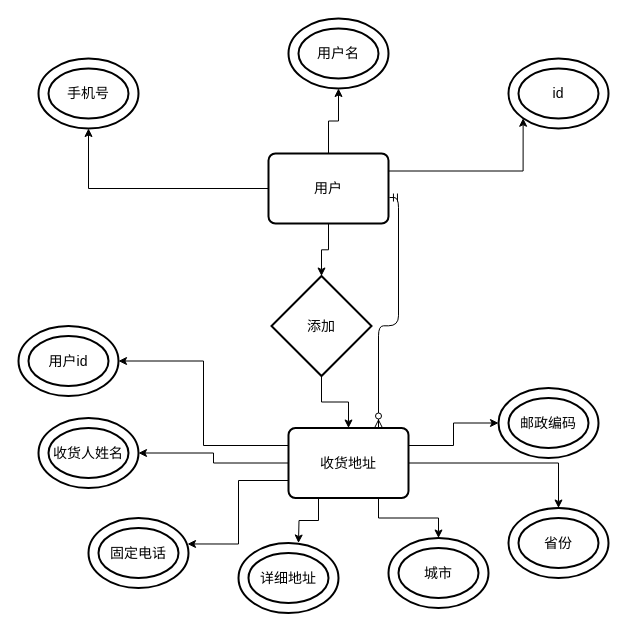
Above: page "ç¬¬ 2 é¡µ" (2 of 3) of 未命名表单.drawio in tangbaoabo/drad (draw.io), before the change. Source tidied: cells renumbered, new cells numbered last; positions are measured from the earlier drawing's top-left corner, leaving out a move shared by most shapes. Both pictures are drawn from the tidied source at 100%, with x=0, y=0 at pixel (18, 18).
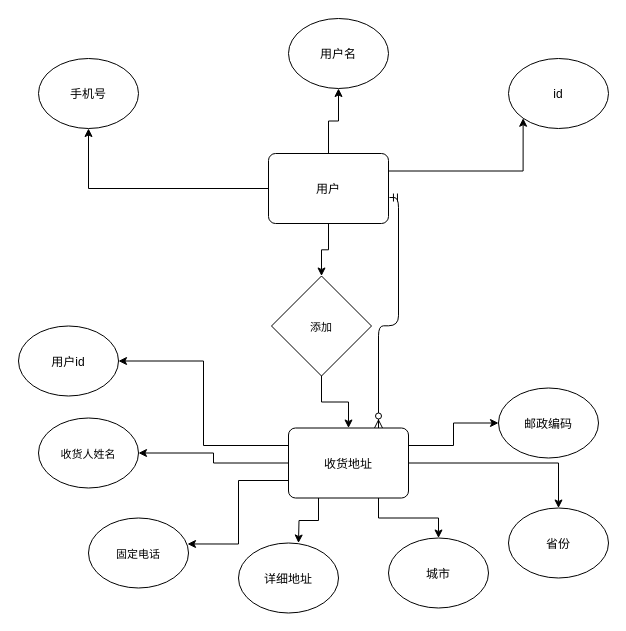
The same page after the edit.

What changed in the source:
```diff
@@
-    <mxCell id="6" value="用户" style="strokeWidth=2;rounded=1;arcSize=10;whiteSpace=wrap;html=1;align=center;fontSize=14;" parent="1" vertex="1">
+    <mxCell id="6" value="&lt;font style=&quot;font-size: 12px&quot;&gt;用户&lt;/font&gt;" style="strokeWidth=1;rounded=1;arcSize=10;whiteSpace=wrap;html=1;align=center;fontSize=14;" parent="1" vertex="1">
       <mxGeometry x="250" y="135" width="120" height="70" as="geometry" />
     </mxCell>
-    <mxCell id="7" value="id" style="ellipse;shape=doubleEllipse;margin=10;strokeWidth=2;fontSize=14;whiteSpace=wrap;html=1;align=center;" parent="1" vertex="1">
+    <mxCell id="7" value="&lt;font style=&quot;font-size: 12px&quot;&gt;id&lt;/font&gt;" style="ellipse;whiteSpace=wrap;html=1;strokeWidth=1;fontSize=14;" parent="1" vertex="1">
       <mxGeometry x="490" y="40" width="100" height="70" as="geometry" />
     </mxCell>
-    <mxCell id="8" value="用户名" style="ellipse;shape=doubleEllipse;margin=10;strokeWidth=2;fontSize=14;whiteSpace=wrap;html=1;align=center;" parent="1" vertex="1">
+    <mxCell id="8" value="&lt;font style=&quot;font-size: 12px&quot;&gt;用户名&lt;/font&gt;" style="ellipse;whiteSpace=wrap;html=1;strokeWidth=1;fontSize=14;" parent="1" vertex="1">
       <mxGeometry x="270" width="100" height="70" as="geometry" />
     </mxCell>
-    <mxCell id="9" value="手机号" style="ellipse;shape=doubleEllipse;margin=10;strokeWidth=2;fontSize=14;whiteSpace=wrap;html=1;align=center;" parent="1" vertex="1">
+    <mxCell id="9" value="&lt;font style=&quot;font-size: 12px&quot;&gt;手机号&lt;/font&gt;" style="ellipse;whiteSpace=wrap;html=1;strokeWidth=1;fontSize=14;" parent="1" vertex="1">
       <mxGeometry x="20" y="40" width="100" height="70" as="geometry" />
     </mxCell>
@@
-    <mxCell id="17" value="收货地址" style="strokeWidth=2;rounded=1;arcSize=10;whiteSpace=wrap;html=1;align=center;fontSize=14;" parent="1" vertex="1">
+    <mxCell id="17" value="&lt;font style=&quot;font-size: 12px&quot;&gt;收货地址&lt;/font&gt;" style="strokeWidth=1;rounded=1;arcSize=10;whiteSpace=wrap;html=1;align=center;fontSize=14;" parent="1" vertex="1">
       <mxGeometry x="270" y="409.5" width="120" height="70" as="geometry" />
     </mxCell>
-    <mxCell id="18" value="邮政编码" style="ellipse;shape=doubleEllipse;margin=10;strokeWidth=2;fontSize=14;whiteSpace=wrap;html=1;align=center;" parent="1" vertex="1">
+    <mxCell id="18" value="&lt;font style=&quot;font-size: 12px&quot;&gt;邮政编码&lt;/font&gt;" style="ellipse;whiteSpace=wrap;html=1;strokeWidth=1;fontSize=14;" parent="1" vertex="1">
       <mxGeometry x="480" y="369.5" width="100" height="70" as="geometry" />
     </mxCell>
-    <mxCell id="19" value="省份" style="ellipse;shape=doubleEllipse;margin=10;strokeWidth=2;fontSize=14;whiteSpace=wrap;html=1;align=center;" parent="1" vertex="1">
+    <mxCell id="19" value="&lt;font style=&quot;font-size: 12px&quot;&gt;省份&lt;/font&gt;" style="ellipse;whiteSpace=wrap;html=1;strokeWidth=1;fontSize=14;" parent="1" vertex="1">
       <mxGeometry x="490" y="489.5" width="100" height="70" as="geometry" />
     </mxCell>
-    <mxCell id="20" value="城市" style="ellipse;shape=doubleEllipse;margin=10;strokeWidth=2;fontSize=14;whiteSpace=wrap;html=1;align=center;" parent="1" vertex="1">
+    <mxCell id="20" value="&lt;font style=&quot;font-size: 12px&quot;&gt;城市&lt;/font&gt;" style="ellipse;whiteSpace=wrap;html=1;strokeWidth=1;fontSize=14;" parent="1" vertex="1">
       <mxGeometry x="370" y="519.5" width="100" height="70" as="geometry" />
     </mxCell>
-    <mxCell id="21" value="详细地址" style="ellipse;shape=doubleEllipse;margin=10;strokeWidth=2;fontSize=14;whiteSpace=wrap;html=1;align=center;" parent="1" vertex="1">
+    <mxCell id="21" value="&lt;font style=&quot;font-size: 12px&quot;&gt;详细地址&lt;/font&gt;" style="ellipse;whiteSpace=wrap;html=1;strokeWidth=1;fontSize=14;" parent="1" vertex="1">
       <mxGeometry x="220" y="524.5" width="100" height="70" as="geometry" />
     </mxCell>
-    <mxCell id="22" value="固定电话" style="ellipse;shape=doubleEllipse;margin=10;strokeWidth=2;fontSize=14;whiteSpace=wrap;html=1;align=center;" parent="1" vertex="1">
+    <mxCell id="22" value="&lt;font style=&quot;font-size: 11px&quot;&gt;固定电话&lt;/font&gt;" style="ellipse;whiteSpace=wrap;html=1;strokeWidth=1;fontSize=14;" parent="1" vertex="1">
       <mxGeometry x="70" y="499.5" width="100" height="70" as="geometry" />
     </mxCell>
-    <mxCell id="23" value="收货人姓名" style="ellipse;shape=doubleEllipse;margin=10;strokeWidth=2;fontSize=14;whiteSpace=wrap;html=1;align=center;" parent="1" vertex="1">
+    <mxCell id="23" value="&lt;font style=&quot;font-size: 11px&quot;&gt;收货人姓名&lt;/font&gt;" style="ellipse;whiteSpace=wrap;html=1;strokeWidth=1;fontSize=14;" parent="1" vertex="1">
       <mxGeometry x="20" y="399.5" width="100" height="70" as="geometry" />
     </mxCell>
@@
-    <mxCell id="25" value="添加" style="shape=rhombus;strokeWidth=2;fontSize=17;perimeter=rhombusPerimeter;whiteSpace=wrap;html=1;align=center;fontSize=14;" parent="1" vertex="1">
+    <mxCell id="25" value="&lt;font style=&quot;font-size: 11px&quot;&gt;添加&lt;/font&gt;" style="shape=rhombus;strokeWidth=1;fontSize=17;perimeter=rhombusPerimeter;whiteSpace=wrap;html=1;align=center;fontSize=14;" parent="1" vertex="1">
       <mxGeometry x="253" y="257.5" width="100" height="100" as="geometry" />
     </mxCell>
@@
-    <mxCell id="27" value="用户id" style="ellipse;shape=doubleEllipse;margin=10;strokeWidth=2;fontSize=14;whiteSpace=wrap;html=1;align=center;" parent="1" vertex="1">
+    <mxCell id="27" value="&lt;font style=&quot;font-size: 12px&quot;&gt;用户id&lt;/font&gt;" style="ellipse;whiteSpace=wrap;html=1;strokeWidth=1;fontSize=14;" parent="1" vertex="1">
       <mxGeometry y="307.5" width="100" height="70" as="geometry" />
     </mxCell>
```
